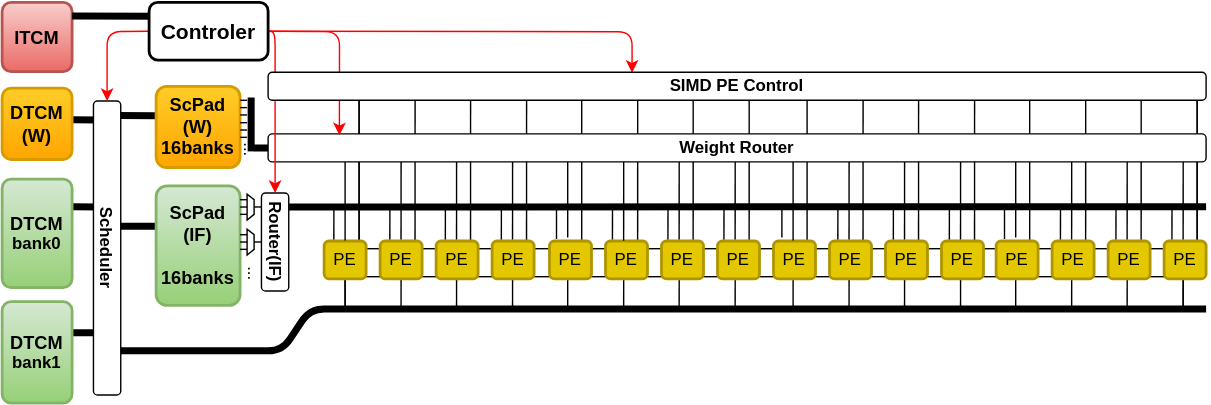
Before: docs/images/Array.drawio.svg, a diagram exported from draw.io (lycfly/EasyNPU). Source tidied: cells renumbered, new cells last; positions are measured from the earlier drawing's top-left corner, leaving out a move shared by most shapes.
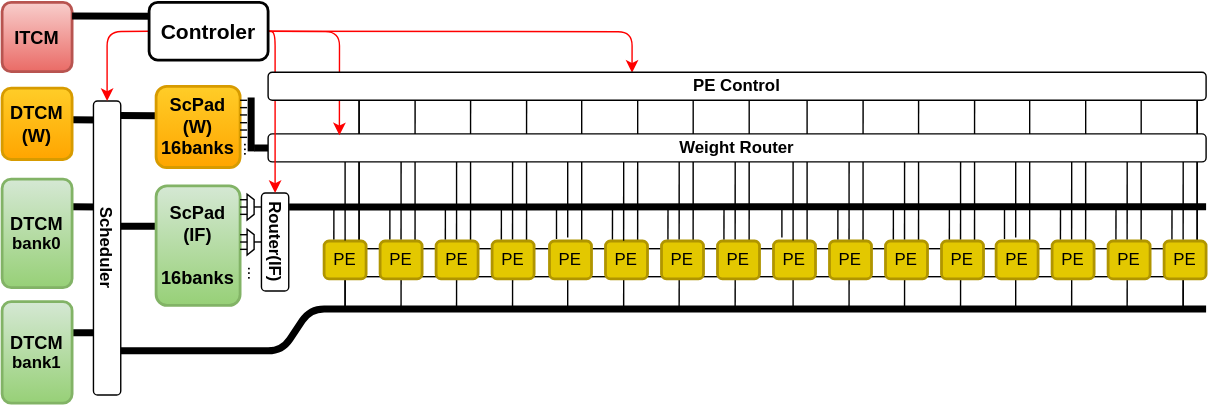
After the commit.

Change to the diagram source:
```diff
@@ -682,7 +682,7 @@
     <mxCell id="134" value="&lt;font style=&quot;font-size: 15px&quot; color=&quot;#000000&quot;&gt;Controler&lt;/font&gt;" style="rounded=1;whiteSpace=wrap;html=1;strokeColor=#000000;fillColor=#FFFFFF;rotation=0;strokeWidth=2;fontStyle=1;" parent="1" vertex="1">
       <mxGeometry x="135" width="85" height="41.2" as="geometry" />
     </mxCell>
-    <mxCell id="135" value="&lt;font color=&quot;#000000&quot;&gt;SIMD PE Control&lt;/font&gt;" style="rounded=1;whiteSpace=wrap;html=1;strokeColor=#000000;fillColor=#FFFFFF;rotation=0;fontStyle=1;" parent="1" vertex="1">
+    <mxCell id="135" value="&lt;font color=&quot;#000000&quot;&gt;PE Control&lt;/font&gt;" style="rounded=1;whiteSpace=wrap;html=1;strokeColor=#000000;fillColor=#FFFFFF;rotation=0;fontStyle=1;" parent="1" vertex="1">
       <mxGeometry x="220" y="50" width="670" height="20" as="geometry" />
     </mxCell>
   </root>
```
